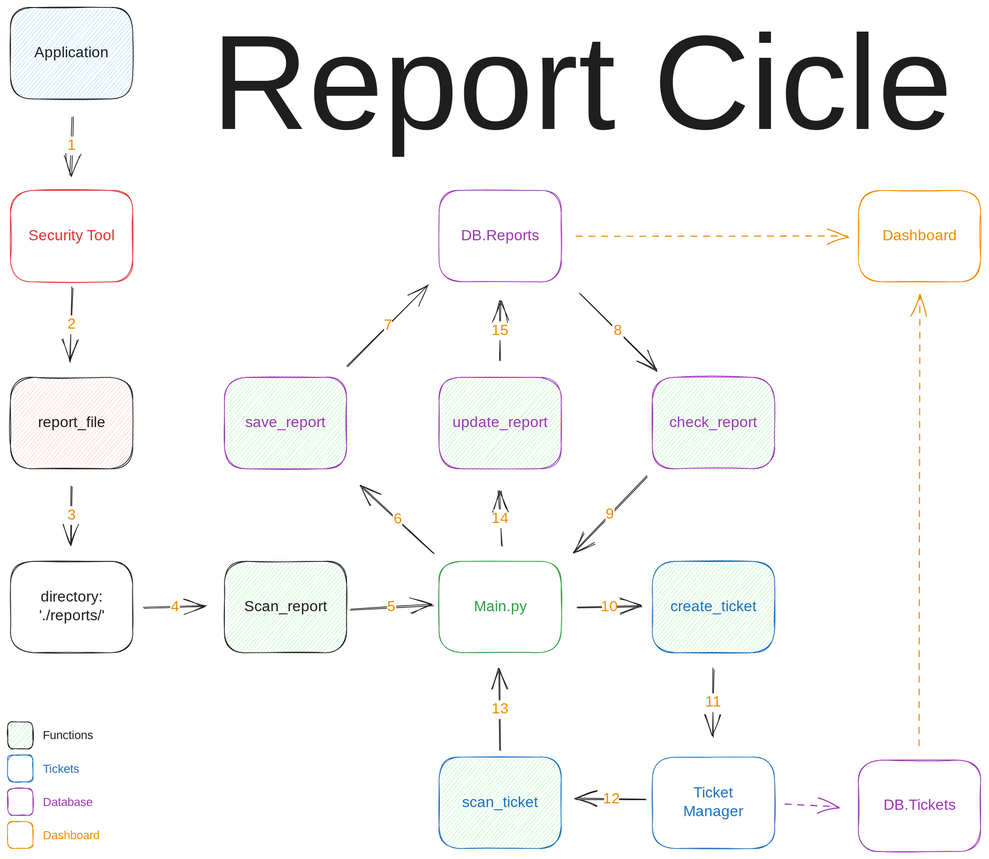
This is img/report_cicle.excalidraw.svg from OliveiraCharles/SecHackaton-MVP01, a Excalidraw export, as it was before one commit. Source tidied: one line per element, renumbered; positions are measured from the earlier drawing's top-left corner, leaving out a move shared by most shapes.
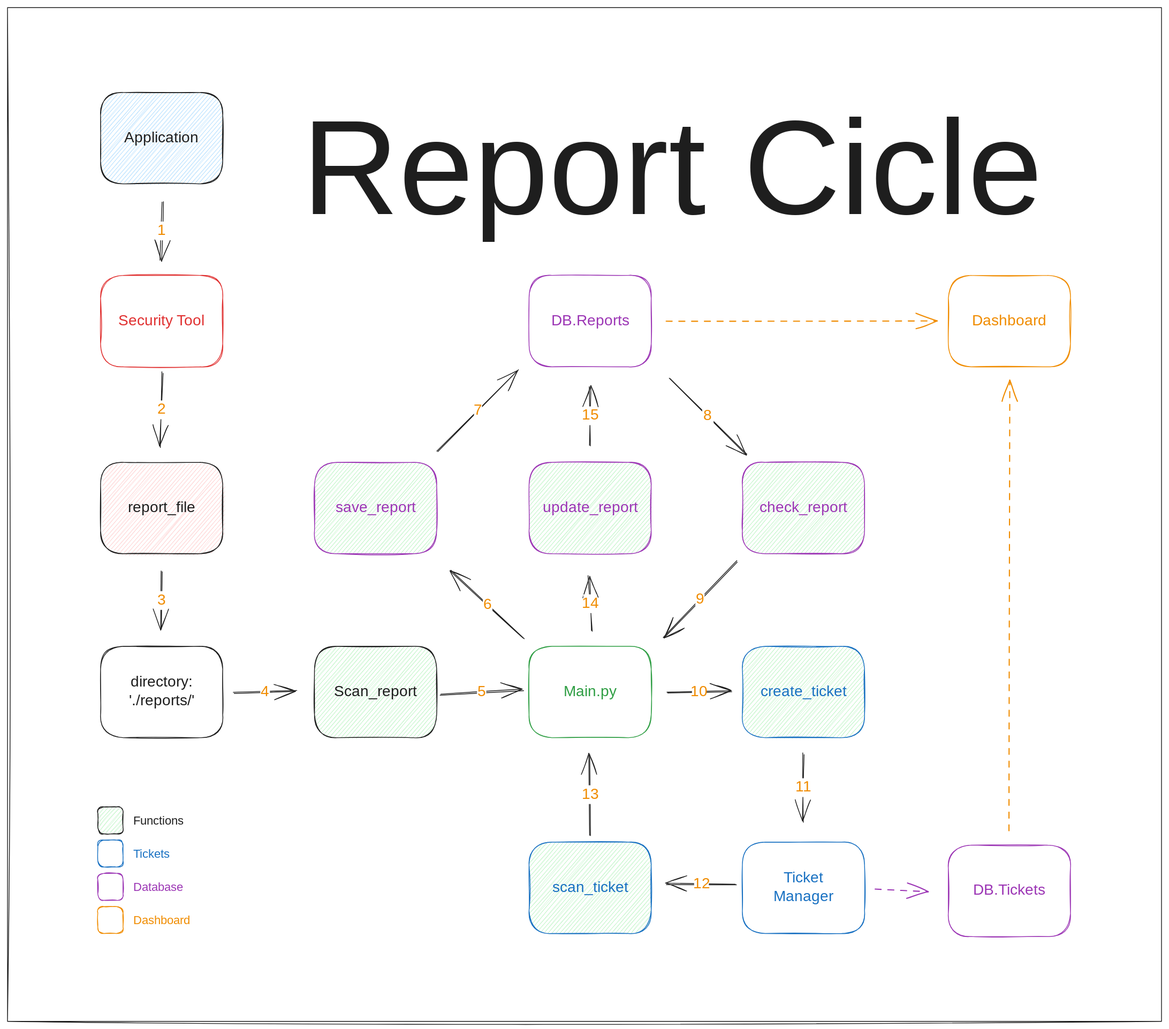
After the commit.

What changed in the source:
```diff
@@ -1,4 +1,4 @@
-{"id": 0, "type": "rectangle", "strokeColor": "#9c36b5", "strokeWidth": 1, "roughness": 1, "round": true, "x": 637, "y": 244, "width": 163, "height": 122}
+{"id": 0, "type": "rectangle", "strokeColor": "#9c36b5", "strokeWidth": 1, "roughness": 1, "round": true, "x": 638, "y": 244, "width": 163, "height": 122}
 {"id": 1, "type": "text", "text": "DB.Reports", "strokeColor": "#9c36b5", "strokeWidth": 1, "roughness": 1, "fontSize": 20, "fontFamily": 1, "textAlign": "center", "verticalAlign": "middle", "inside": 0, "x": 663, "y": 293, "width": 112, "height": 25}
 {"id": 2, "type": "rectangle", "strokeColor": "#f08c00", "strokeWidth": 1, "roughness": 1, "round": true, "x": 1197, "y": 244, "width": 163, "height": 122}
 {"id": 3, "type": "text", "text": "Dashboard", "strokeColor": "#f08c00", "strokeWidth": 1, "roughness": 1, "fontSize": 20, "fontFamily": 1, "textAlign": "center", "verticalAlign": "middle", "inside": 2, "x": 1226, "y": 293, "width": 104, "height": 25}
@@ -7,20 +7,20 @@
 {"id": 6, "type": "rectangle", "strokeColor": "#e03131", "strokeWidth": 1, "roughness": 1, "round": true, "x": 66, "y": 244, "width": 163, "height": 122}
 {"id": 7, "type": "text", "text": "Security Tool", "strokeColor": "#e03131", "strokeWidth": 1, "roughness": 1, "fontSize": 20, "fontFamily": 1, "textAlign": "center", "verticalAlign": "middle", "inside": 6, "x": 81, "y": 293, "width": 132, "height": 25}
 {"id": 8, "type": "rectangle", "strokeColor": "#1e1e1e", "backgroundColor": "#a5d8ff", "fillStyle": "hachure", "strokeWidth": 1, "roughness": 1, "round": true, "x": 66, "y": 0, "width": 163, "height": 122}
-{"id": 9, "type": "text", "text": "Application", "strokeColor": "#1e1e1e", "strokeWidth": 1, "roughness": 1, "fontSize": 20, "fontFamily": 1, "textAlign": "center", "verticalAlign": "middle", "inside": 8, "x": 96, "y": 48, "width": 102, "height": 25}
+{"id": 9, "type": "text", "text": "Application", "strokeColor": "#1e1e1e", "strokeWidth": 1, "roughness": 1, "fontSize": 20, "fontFamily": 1, "textAlign": "center", "verticalAlign": "middle", "inside": 8, "x": 96, "y": 49, "width": 102, "height": 25}
 {"id": 10, "type": "rectangle", "strokeColor": "#1e1e1e", "strokeWidth": 1, "roughness": 1, "round": true, "x": 66, "y": 739, "width": 163, "height": 122}
-{"id": 11, "type": "text", "text": "directory:\n'./reports/'", "strokeColor": "#1e1e1e", "strokeWidth": 1, "roughness": 1, "fontSize": 20, "fontFamily": 1, "textAlign": "center", "verticalAlign": "middle", "inside": 10, "x": 93, "y": 775, "width": 107, "height": 50}
+{"id": 11, "type": "text", "text": "directory:\n'./reports/'", "strokeColor": "#1e1e1e", "strokeWidth": 1, "roughness": 1, "fontSize": 20, "fontFamily": 1, "textAlign": "center", "verticalAlign": "middle", "inside": 10, "x": 94, "y": 775, "width": 107, "height": 50}
-{"id": 12, "type": "rectangle", "strokeColor": "#2f9e44", "strokeWidth": 1, "roughness": 1, "round": true, "x": 637, "y": 739, "width": 163, "height": 122}
+{"id": 12, "type": "rectangle", "strokeColor": "#2f9e44", "strokeWidth": 1, "roughness": 1, "round": true, "x": 638, "y": 739, "width": 163, "height": 122}
 {"id": 13, "type": "text", "text": "Main.py", "strokeColor": "#2f9e44", "strokeWidth": 1, "roughness": 1, "fontSize": 20, "fontFamily": 1, "textAlign": "center", "verticalAlign": "middle", "inside": 12, "x": 685, "y": 788, "width": 67, "height": 25}
 {"id": 14, "type": "rectangle", "strokeColor": "#1971c2", "backgroundColor": "#b2f2bb", "fillStyle": "hachure", "strokeWidth": 1, "roughness": 1, "round": true, "x": 922, "y": 739, "width": 163, "height": 122}
 {"id": 15, "type": "text", "text": "create_ticket", "strokeColor": "#1971c2", "strokeWidth": 1, "roughness": 1, "fontSize": 20, "fontFamily": 1, "textAlign": "center", "verticalAlign": "middle", "inside": 14, "x": 934, "y": 788, "width": 139, "height": 25}
-{"id": 16, "type": "rectangle", "strokeColor": "#1971c2", "backgroundColor": "#b2f2bb", "fillStyle": "hachure", "strokeWidth": 1, "roughness": 1, "round": true, "x": 637, "y": 1001, "width": 163, "height": 122}
+{"id": 16, "type": "rectangle", "strokeColor": "#1971c2", "backgroundColor": "#b2f2bb", "fillStyle": "hachure", "strokeWidth": 1, "roughness": 1, "round": true, "x": 638, "y": 1001, "width": 163, "height": 122}
 {"id": 17, "type": "text", "text": "scan_ticket", "strokeColor": "#1971c2", "strokeWidth": 1, "roughness": 1, "fontSize": 20, "fontFamily": 1, "textAlign": "center", "verticalAlign": "middle", "inside": 16, "x": 660, "y": 1049, "width": 118, "height": 25}
 {"id": 18, "type": "rectangle", "strokeColor": "#9c36b5", "backgroundColor": "#b2f2bb", "fillStyle": "hachure", "strokeWidth": 1, "roughness": 1, "round": true, "x": 351, "y": 494, "width": 163, "height": 122}
 {"id": 19, "type": "text", "text": "save_report", "strokeColor": "#9c36b5", "strokeWidth": 1, "roughness": 1, "fontSize": 20, "fontFamily": 1, "textAlign": "center", "verticalAlign": "middle", "inside": 18, "x": 371, "y": 542, "width": 122, "height": 25}
 {"id": 20, "type": "rectangle", "strokeColor": "#9c36b5", "backgroundColor": "#b2f2bb", "fillStyle": "hachure", "strokeWidth": 1, "roughness": 1, "round": true, "x": 922, "y": 494, "width": 163, "height": 122}
 {"id": 21, "type": "text", "text": "check_report", "strokeColor": "#9c36b5", "strokeWidth": 1, "roughness": 1, "fontSize": 20, "fontFamily": 1, "textAlign": "center", "verticalAlign": "middle", "inside": 20, "x": 940, "y": 542, "width": 128, "height": 25}
-{"id": 22, "type": "rectangle", "strokeColor": "#9c36b5", "backgroundColor": "#b2f2bb", "fillStyle": "hachure", "strokeWidth": 1, "roughness": 1, "round": true, "x": 637, "y": 494, "width": 163, "height": 122}
+{"id": 22, "type": "rectangle", "strokeColor": "#9c36b5", "backgroundColor": "#b2f2bb", "fillStyle": "hachure", "strokeWidth": 1, "roughness": 1, "round": true, "x": 638, "y": 494, "width": 163, "height": 122}
 {"id": 23, "type": "text", "text": "update_report", "strokeColor": "#9c36b5", "strokeWidth": 1, "roughness": 1, "fontSize": 20, "fontFamily": 1, "textAlign": "center", "verticalAlign": "middle", "inside": 22, "x": 646, "y": 542, "width": 145, "height": 25}
 {"id": 24, "type": "rectangle", "strokeColor": "#1e1e1e", "backgroundColor": "#b2f2bb", "fillStyle": "hachure", "strokeWidth": 1, "roughness": 1, "round": true, "x": 351, "y": 739, "width": 163, "height": 122}
 {"id": 25, "type": "text", "text": "Scan_report", "strokeColor": "#1e1e1e", "strokeWidth": 1, "roughness": 1, "fontSize": 20, "fontFamily": 1, "textAlign": "center", "verticalAlign": "middle", "inside": 24, "x": 372, "y": 788, "width": 122, "height": 25}
@@ -36,7 +36,7 @@
 {"id": 35, "type": "text", "text": "4", "strokeColor": "#f08c00", "strokeWidth": 1, "roughness": 1, "fontSize": 20, "fontFamily": 1, "textAlign": "center", "verticalAlign": "middle", "inside": 34, "x": 274, "y": 787, "width": 13, "height": 25}
 {"id": 36, "type": "arrow", "strokeColor": "#1e1e1e", "strokeWidth": 1, "roughness": 1, "endArrowhead": "arrow", "round": true, "from": 12, "to": 18, "x": 631, "y": 729, "width": 98, "height": 90, "points": [[0, 0], [-98, -90]]}
 {"id": 37, "type": "text", "text": "6", "strokeColor": "#f08c00", "strokeWidth": 1, "roughness": 1, "fontSize": 20, "fontFamily": 1, "textAlign": "center", "verticalAlign": "middle", "inside": 36, "x": 576, "y": 671, "width": 13, "height": 25}
-{"id": 38, "type": "arrow", "strokeColor": "#1e1e1e", "strokeWidth": 1, "roughness": 1, "endArrowhead": "arrow", "round": true, "from": 18, "to": 0, "x": 515, "y": 479, "width": 108, "height": 108, "points": [[0, 0], [108, -108]]}
+{"id": 38, "type": "arrow", "strokeColor": "#1e1e1e", "strokeWidth": 1, "roughness": 1, "endArrowhead": "arrow", "round": true, "from": 18, "to": 0, "x": 516, "y": 479, "width": 108, "height": 108, "points": [[0, 0], [108, -108]]}
 {"id": 39, "type": "text", "text": "7", "strokeColor": "#f08c00", "strokeWidth": 1, "roughness": 1, "fontSize": 20, "fontFamily": 1, "textAlign": "center", "verticalAlign": "middle", "inside": 38, "x": 569, "y": 422, "width": 11, "height": 25}
 {"id": 40, "type": "arrow", "strokeColor": "#1e1e1e", "strokeWidth": 1, "roughness": 1, "startArrowhead": "arrow", "round": true, "from": 12, "to": 20, "x": 817, "y": 727, "width": 98, "height": 101, "points": [[0, 0], [98, -101]]}
 {"id": 41, "type": "text", "text": "9", "strokeColor": "#f08c00", "strokeWidth": 1, "roughness": 1, "fontSize": 20, "fontFamily": 1, "textAlign": "center", "verticalAlign": "middle", "inside": 40, "x": 859, "y": 664, "width": 12, "height": 25}
@@ -46,10 +46,10 @@
 {"id": 45, "type": "text", "text": "2", "strokeColor": "#f08c00", "strokeWidth": 1, "roughness": 1, "fontSize": 20, "fontFamily": 1, "textAlign": "center", "verticalAlign": "middle", "inside": 44, "x": 140, "y": 411, "width": 14, "height": 25}
 {"id": 46, "type": "arrow", "strokeColor": "#1e1e1e", "strokeWidth": 1, "roughness": 1, "endArrowhead": "arrow", "round": true, "from": 8, "to": 6, "x": 148, "y": 146, "width": 2, "height": 79, "points": [[0, 0], [-2, 79]]}
 {"id": 47, "type": "text", "text": "1", "strokeColor": "#f08c00", "strokeWidth": 1, "roughness": 1, "fontSize": 20, "fontFamily": 1, "textAlign": "center", "verticalAlign": "middle", "inside": 46, "x": 0, "y": 296, "width": 5, "height": 25}
-{"id": 48, "type": "arrow", "strokeColor": "#1e1e1e", "strokeWidth": 1, "roughness": 1, "endArrowhead": "arrow", "round": true, "from": 12, "to": 14, "x": 821, "y": 802, "width": 86, "height": 2, "points": [[0, 0], [86, -2]]}
+{"id": 48, "type": "arrow", "strokeColor": "#1e1e1e", "strokeWidth": 1, "roughness": 1, "endArrowhead": "arrow", "round": true, "from": 12, "to": 14, "x": 822, "y": 802, "width": 86, "height": 2, "points": [[0, 0], [86, -2]]}
 {"id": 49, "type": "text", "text": "10", "strokeColor": "#f08c00", "strokeWidth": 1, "roughness": 1, "fontSize": 20, "fontFamily": 1, "textAlign": "center", "verticalAlign": "middle", "inside": 48, "x": 848, "y": 791, "width": 19, "height": 25}
 {"id": 50, "type": "arrow", "strokeColor": "#1e1e1e", "strokeWidth": 1, "roughness": 1, "endArrowhead": "arrow", "round": true, "from": 14, "to": 26, "x": 1004, "y": 882, "width": 0, "height": 91, "points": [[0, 0], [0, 91]]}
-{"id": 51, "type": "text", "text": "11", "strokeColor": "#f08c00", "strokeWidth": 1, "roughness": 1, "fontSize": 20, "fontFamily": 1, "textAlign": "center", "verticalAlign": "middle", "inside": 50, "x": 1000, "y": 911, "width": 11, "height": 25}
+{"id": 51, "type": "text", "text": "11", "strokeColor": "#f08c00", "strokeWidth": 1, "roughness": 1, "fontSize": 20, "fontFamily": 1, "textAlign": "center", "verticalAlign": "middle", "inside": 50, "x": 1000, "y": 912, "width": 11, "height": 25}
 {"id": 52, "type": "arrow", "strokeColor": "#1e1e1e", "strokeWidth": 1, "roughness": 1, "endArrowhead": "arrow", "round": true, "from": 26, "to": 16, "x": 914, "y": 1057, "width": 94, "height": 0, "points": [[0, 0], [-94, 0]]}
 {"id": 53, "type": "text", "text": "12", "strokeColor": "#f08c00", "strokeWidth": 1, "roughness": 1, "fontSize": 20, "fontFamily": 1, "textAlign": "center", "verticalAlign": "middle", "inside": 52, "x": 585, "y": 1049, "width": 20, "height": 25}
 {"id": 54, "type": "arrow", "strokeColor": "#1e1e1e", "strokeWidth": 1, "roughness": 1, "endArrowhead": "arrow", "round": true, "from": 16, "to": 12, "x": 719, "y": 991, "width": 0, "height": 107, "points": [[0, 0], [0, -107]]}
@@ -70,3 +70,4 @@
 {"id": 69, "type": "text", "text": "Database", "strokeColor": "#9c36b5", "strokeWidth": 1, "roughness": 1, "fontSize": 15.72, "fontFamily": 1, "x": 109, "y": 1051, "width": 78, "height": 20}
 {"id": 70, "type": "rectangle", "strokeColor": "#f08c00", "strokeWidth": 1, "roughness": 1, "round": true, "x": 62, "y": 1087, "width": 34, "height": 36}
 {"id": 71, "type": "text", "text": "Dashboard", "strokeColor": "#f08c00", "strokeWidth": 1, "roughness": 1, "fontSize": 15.72, "fontFamily": 1, "x": 109, "y": 1096, "width": 82, "height": 20}
+{"id": 72, "type": "rectangle", "strokeColor": "#1e1e1e", "strokeWidth": 1, "roughness": 1, "x": -59, "y": -113, "width": 1540, "height": 1353}
```
